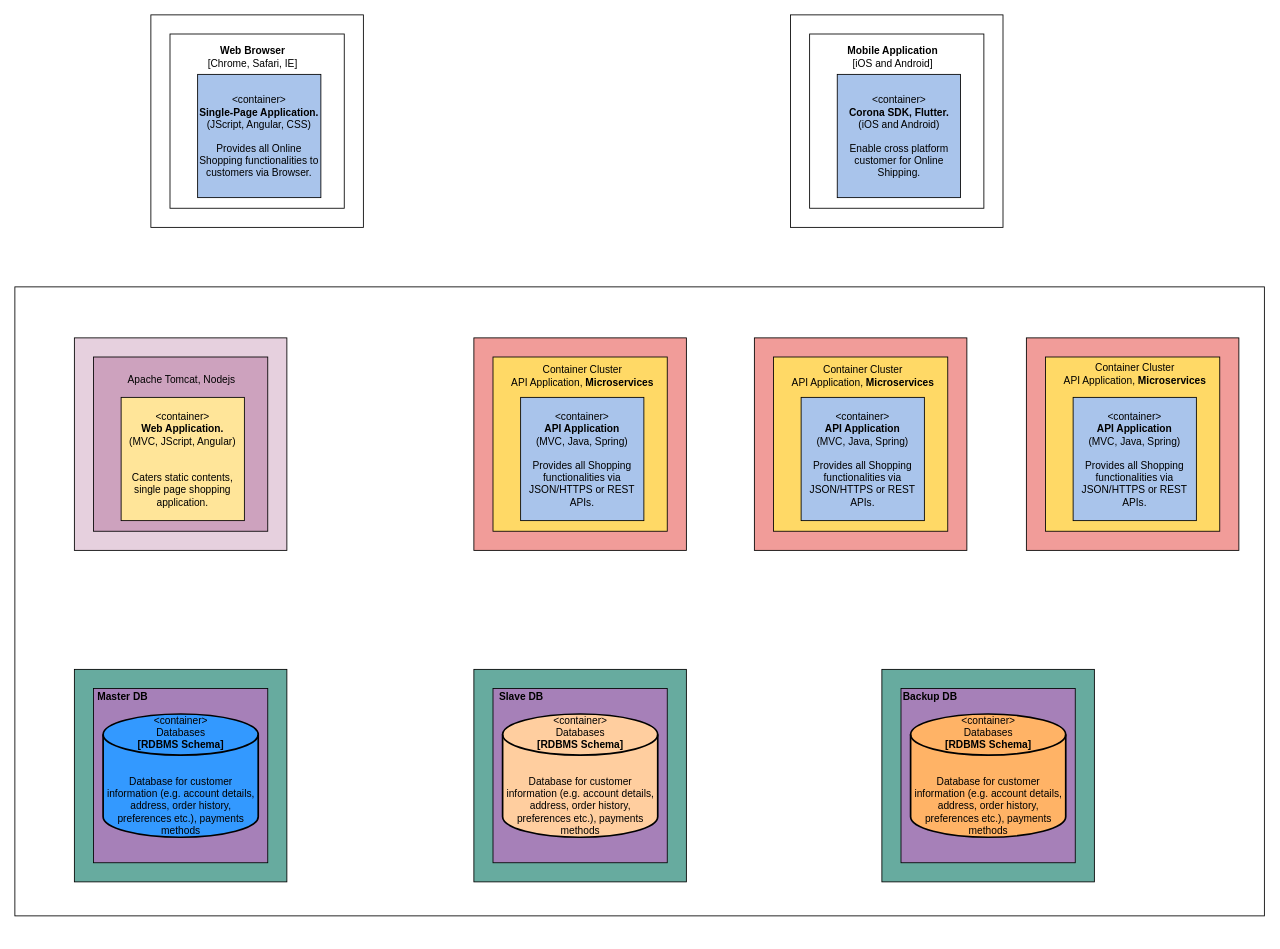
Above: Deployment Architecture.drawio in singhraju/DS (draw.io), before the change. Source tidied: cells renumbered, new cells numbered last; positions are measured from the earlier drawing's top-left corner, leaving out a move shared by most shapes. Both pictures are drawn from the tidied source at 85%, with x=0, y=0 at pixel (14, 14).
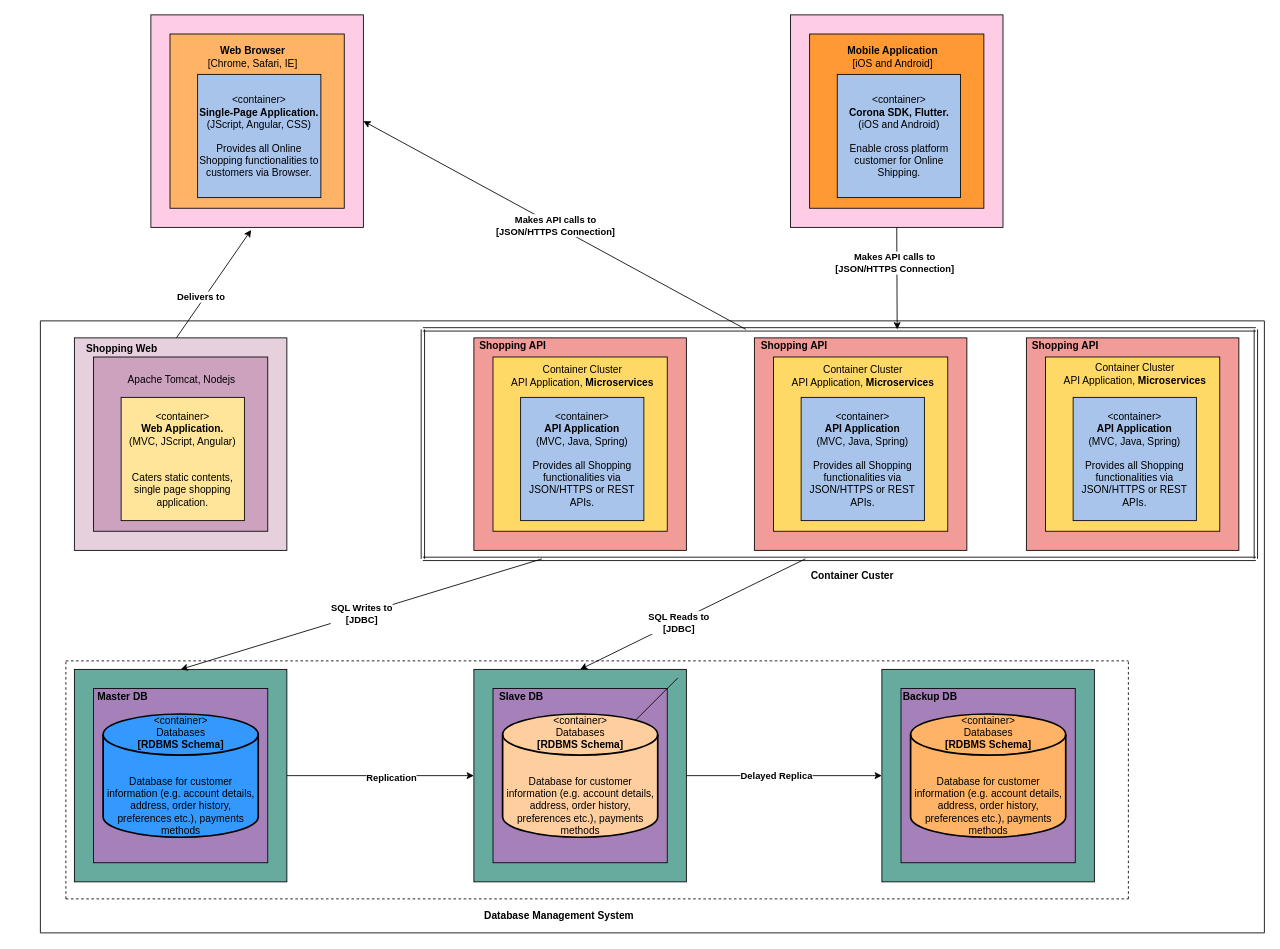
The same page after the edit.

The change refers to these unchanged cells:
```xml
<mxCell id="13" style="whiteSpace=wrap;html=1;fillColor=#67AB9F;" parent="1" vertex="1">
  <mxGeometry x="70" y="770" width="250" height="250" as="geometry" />
</mxCell>
<mxCell id="26" style="whiteSpace=wrap;html=1;fillColor=#67AB9F;" parent="1" vertex="1">
  <mxGeometry x="540" y="770" width="250" height="250" as="geometry" />
</mxCell>
<mxCell id="29" style="whiteSpace=wrap;html=1;fillColor=#67AB9F;" parent="1" vertex="1">
  <mxGeometry x="1020" y="770" width="250" height="250" as="geometry" />
</mxCell>
```

Change to the diagram source:
```diff
@@
-    <mxCell id="2" style="whiteSpace=wrap;html=1;" parent="1" vertex="1">
+    <mxCell id="2" style="whiteSpace=wrap;html=1;fillColor=#FFCCE6;" parent="1" vertex="1">
       <mxGeometry x="160" width="250" height="250" as="geometry" />
     </mxCell>
-    <mxCell id="3" style="whiteSpace=wrap;html=1;" parent="1" vertex="1">
+    <mxCell id="3" style="whiteSpace=wrap;html=1;fillColor=#FFB366;" parent="1" vertex="1">
       <mxGeometry x="182.5" y="22.5" width="205" height="205" as="geometry" />
     </mxCell>
@@
-    <mxCell id="6" style="rounded=0;whiteSpace=wrap;html=1;" parent="1" vertex="1">
-      <mxGeometry y="320" width="1470" height="740" as="geometry" />
-    </mxCell>
@@
-    <mxCell id="35" style="whiteSpace=wrap;html=1;" parent="1" vertex="1">
+    <mxCell id="35" style="whiteSpace=wrap;html=1;fillColor=#FFCCE6;" parent="1" vertex="1">
       <mxGeometry x="912.5" width="250" height="250" as="geometry" />
     </mxCell>
-    <mxCell id="36" style="whiteSpace=wrap;html=1;" parent="1" vertex="1">
+    <mxCell id="36" style="whiteSpace=wrap;html=1;fillColor=#FF9933;" parent="1" vertex="1">
       <mxGeometry x="935" y="22.5" width="205" height="205" as="geometry" />
     </mxCell>
@@
+    <mxCell id="39" style="endArrow=none;html=1;" parent="1" edge="1">
+      <mxGeometry relative="1" as="geometry">
+        <mxPoint x="30" y="1080" as="sourcePoint" />
+        <mxPoint x="30" y="360" as="targetPoint" />
+      </mxGeometry>
+    </mxCell>
+    <mxCell id="40" style="endArrow=none;html=1;" parent="1" edge="1">
+      <mxGeometry relative="1" as="geometry">
+        <mxPoint x="1470" y="1080" as="sourcePoint" />
+        <mxPoint x="1470" y="360" as="targetPoint" />
+      </mxGeometry>
+    </mxCell>
+    <mxCell id="41" style="endArrow=none;html=1;" parent="1" edge="1">
+      <mxGeometry relative="1" as="geometry">
+        <mxPoint x="730" y="830" as="sourcePoint" />
+        <mxPoint x="780" y="780" as="targetPoint" />
+      </mxGeometry>
+    </mxCell>
+    <mxCell id="42" style="endArrow=none;html=1;" parent="1" edge="1">
+      <mxGeometry relative="1" as="geometry">
+        <mxPoint x="30" y="360" as="sourcePoint" />
+        <mxPoint x="1470" y="360" as="targetPoint" />
+      </mxGeometry>
+    </mxCell>
+    <mxCell id="43" style="endArrow=none;html=1;" parent="1" edge="1">
+      <mxGeometry relative="1" as="geometry">
+        <mxPoint x="30" y="1080" as="sourcePoint" />
+        <mxPoint x="1470" y="1080" as="targetPoint" />
+      </mxGeometry>
+    </mxCell>
+    <mxCell id="44" style="shape=link;html=1;" parent="1" edge="1">
+      <mxGeometry relative="1" as="geometry">
+        <mxPoint x="480" y="640" as="sourcePoint" />
+        <mxPoint x="480" y="370" as="targetPoint" />
+      </mxGeometry>
+    </mxCell>
+    <mxCell id="45" style="shape=link;html=1;" parent="1" edge="1">
+      <mxGeometry relative="1" as="geometry">
+        <mxPoint x="1460" y="640" as="sourcePoint" />
+        <mxPoint x="1460" y="370" as="targetPoint" />
+      </mxGeometry>
+    </mxCell>
+    <mxCell id="46" style="shape=link;html=1;" parent="1" edge="1">
+      <mxGeometry relative="1" as="geometry">
+        <mxPoint x="480" y="370" as="sourcePoint" />
+        <mxPoint x="1460" y="370" as="targetPoint" />
+      </mxGeometry>
+    </mxCell>
+    <mxCell id="47" style="shape=link;html=1;" parent="1" edge="1">
+      <mxGeometry relative="1" as="geometry">
+        <mxPoint x="480" y="640" as="sourcePoint" />
+        <mxPoint x="1460" y="640" as="targetPoint" />
+      </mxGeometry>
+    </mxCell>
+    <mxCell id="48" style="endArrow=none;dashed=1;html=1;fontStyle=1;" parent="1" edge="1">
+      <mxGeometry relative="1" as="geometry">
+        <mxPoint x="60" y="760" as="sourcePoint" />
+        <mxPoint x="1310" y="760" as="targetPoint" />
+      </mxGeometry>
+    </mxCell>
+    <mxCell id="49" style="endArrow=none;dashed=1;html=1;" parent="1" edge="1">
+      <mxGeometry relative="1" as="geometry">
+        <mxPoint x="60" y="1040" as="sourcePoint" />
+        <mxPoint x="1310" y="1040" as="targetPoint" />
+      </mxGeometry>
+    </mxCell>
+    <mxCell id="50" style="endArrow=none;dashed=1;html=1;" parent="1" edge="1">
+      <mxGeometry relative="1" as="geometry">
+        <mxPoint x="60" y="1040" as="sourcePoint" />
+        <mxPoint x="60" y="760" as="targetPoint" />
+      </mxGeometry>
+    </mxCell>
+    <mxCell id="51" style="endArrow=none;dashed=1;html=1;" parent="1" edge="1">
+      <mxGeometry relative="1" as="geometry">
+        <mxPoint x="1310" y="1040" as="sourcePoint" />
+        <mxPoint x="1310" y="760" as="targetPoint" />
+      </mxGeometry>
+    </mxCell>
+    <mxCell id="52" value="&lt;b&gt;Container Custer&lt;/b&gt;" style="text;html=1;strokeColor=none;fillColor=none;align=center;verticalAlign=middle;whiteSpace=wrap;rounded=0;" parent="1" vertex="1">
+      <mxGeometry x="912.5" y="650" width="145" height="20" as="geometry" />
+    </mxCell>
+    <mxCell id="53" value="&lt;b&gt;Database Management System&lt;/b&gt;" style="text;html=1;strokeColor=none;fillColor=none;align=center;verticalAlign=middle;whiteSpace=wrap;rounded=0;" parent="1" vertex="1">
+      <mxGeometry x="540" y="1050" width="201" height="20" as="geometry" />
+    </mxCell>
+    <mxCell id="54" style="endArrow=classic;html=1;entryX=0.472;entryY=1.012;entryDx=0;entryDy=0;entryPerimeter=0;" parent="1" edge="1" target="2">
+      <mxGeometry relative="1" as="geometry">
+        <mxPoint x="190" y="380" as="sourcePoint" />
+      </mxGeometry>
+    </mxCell>
+    <mxCell id="55" value="&lt;b&gt;Delivers to&lt;/b&gt;" style="edgeLabel;html=1;align=center;verticalAlign=middle;" parent="54" vertex="1">
+      <mxGeometry x="-0.28" y="4" relative="1" as="geometry" />
+    </mxCell>
+    <mxCell id="56" style="endArrow=classic;html=1;entryX=1;entryY=0.5;entryDx=0;entryDy=0;" parent="1" edge="1" target="2">
+      <mxGeometry relative="1" as="geometry">
+        <mxPoint x="860" y="370" as="sourcePoint" />
+      </mxGeometry>
+    </mxCell>
+    <mxCell id="57" value="&lt;b&gt;Makes API calls to&lt;br&gt;&lt;/b&gt;&lt;b style=&quot;font-family: &amp;#34;helvetica&amp;#34;&quot;&gt;[JSON/HTTPS Connection]&lt;/b&gt;&lt;b&gt;&lt;br&gt;&lt;/b&gt;" style="edgeLabel;html=1;align=center;verticalAlign=middle;" parent="56" vertex="1">
+      <mxGeometry relative="1" as="geometry" />
+    </mxCell>
+    <mxCell id="58" style="endArrow=classic;html=1;exitX=0.5;exitY=1;exitDx=0;exitDy=0;" parent="1" edge="1" source="35">
+      <mxGeometry relative="1" as="geometry">
+        <mxPoint x="1038" y="370" as="targetPoint" />
+      </mxGeometry>
+    </mxCell>
+    <mxCell id="59" value="&lt;b&gt;Makes API calls to&lt;br&gt;&lt;/b&gt;&lt;b style=&quot;font-family: &amp;#34;helvetica&amp;#34;&quot;&gt;[&lt;/b&gt;&lt;b style=&quot;font-family: &amp;#34;helvetica&amp;#34;&quot;&gt;JSON&lt;/b&gt;&lt;b style=&quot;font-family: &amp;#34;helvetica&amp;#34;&quot;&gt;/HTTPS Connection]&lt;/b&gt;&lt;b&gt;&lt;br&gt;&lt;/b&gt;" style="edgeLabel;html=1;align=center;verticalAlign=middle;" parent="58" vertex="1">
+      <mxGeometry x="-0.32" y="-3" relative="1" as="geometry" />
+    </mxCell>
+    <mxCell id="60" value="&lt;b&gt;Shopping Web&lt;/b&gt;" style="text;html=1;strokeColor=none;fillColor=none;align=center;verticalAlign=middle;whiteSpace=wrap;rounded=0;" parent="1" vertex="1">
+      <mxGeometry x="70" y="382.5" width="112" height="20" as="geometry" />
+    </mxCell>
+    <mxCell id="61" value="&lt;b&gt;Shopping API&lt;/b&gt;" style="text;html=1;strokeColor=none;fillColor=none;align=center;verticalAlign=middle;whiteSpace=wrap;rounded=0;" parent="1" vertex="1">
+      <mxGeometry x="530" y="380" width="112" height="20" as="geometry" />
+    </mxCell>
+    <mxCell id="62" value="&lt;b&gt;Shopping API&lt;/b&gt;" style="text;html=1;strokeColor=none;fillColor=none;align=center;verticalAlign=middle;whiteSpace=wrap;rounded=0;" parent="1" vertex="1">
+      <mxGeometry x="860.5" y="380" width="112" height="20" as="geometry" />
+    </mxCell>
+    <mxCell id="63" value="&lt;b&gt;Shopping API&lt;/b&gt;" style="text;html=1;strokeColor=none;fillColor=none;align=center;verticalAlign=middle;whiteSpace=wrap;rounded=0;" parent="1" vertex="1">
+      <mxGeometry x="1180" y="380" width="112" height="20" as="geometry" />
+    </mxCell>
+    <mxCell id="64" value="&lt;b&gt;SQL Writes to&lt;br&gt;[JDBC]&lt;br&gt;&lt;/b&gt;" style="endArrow=classic;html=1;entryX=0.5;entryY=0;entryDx=0;entryDy=0;" parent="1" edge="1" target="13">
+      <mxGeometry relative="1" as="geometry">
+        <mxPoint x="620" y="640" as="sourcePoint" />
+      </mxGeometry>
+    </mxCell>
+    <mxCell id="65" style="endArrow=classic;html=1;entryX=0.5;entryY=0;entryDx=0;entryDy=0;" parent="1" edge="1" target="26">
+      <mxGeometry relative="1" as="geometry">
+        <mxPoint x="930" y="640" as="sourcePoint" />
+      </mxGeometry>
+    </mxCell>
+    <mxCell id="66" value="&lt;b&gt;SQL Reads to&lt;br&gt;[JDBC]&lt;/b&gt;" style="edgeLabel;html=1;align=center;verticalAlign=middle;" parent="65" vertex="1">
+      <mxGeometry x="0.13" y="1" relative="1" as="geometry" />
+    </mxCell>
+    <mxCell id="67" style="endArrow=classic;html=1;exitX=1;exitY=0.5;exitDx=0;exitDy=0;entryX=0;entryY=0.5;entryDx=0;entryDy=0;" parent="1" edge="1" source="13" target="26">
+      <mxGeometry relative="1" as="geometry" />
+    </mxCell>
+    <mxCell id="68" value="&lt;b&gt;Replication&lt;/b&gt;" style="edgeLabel;html=1;align=center;verticalAlign=middle;" parent="67" vertex="1">
+      <mxGeometry x="0.11" y="-2" relative="1" as="geometry" />
+    </mxCell>
+    <mxCell id="69" style="endArrow=classic;html=1;exitX=1;exitY=0.5;exitDx=0;exitDy=0;entryX=0;entryY=0.5;entryDx=0;entryDy=0;" parent="1" edge="1" source="26" target="29">
+      <mxGeometry relative="1" as="geometry" />
+    </mxCell>
+    <mxCell id="70" value="&lt;b&gt;Delayed Replica&lt;/b&gt;" style="edgeLabel;html=1;align=center;verticalAlign=middle;" parent="69" vertex="1">
+      <mxGeometry x="-0.09" relative="1" as="geometry" />
+    </mxCell>
```
